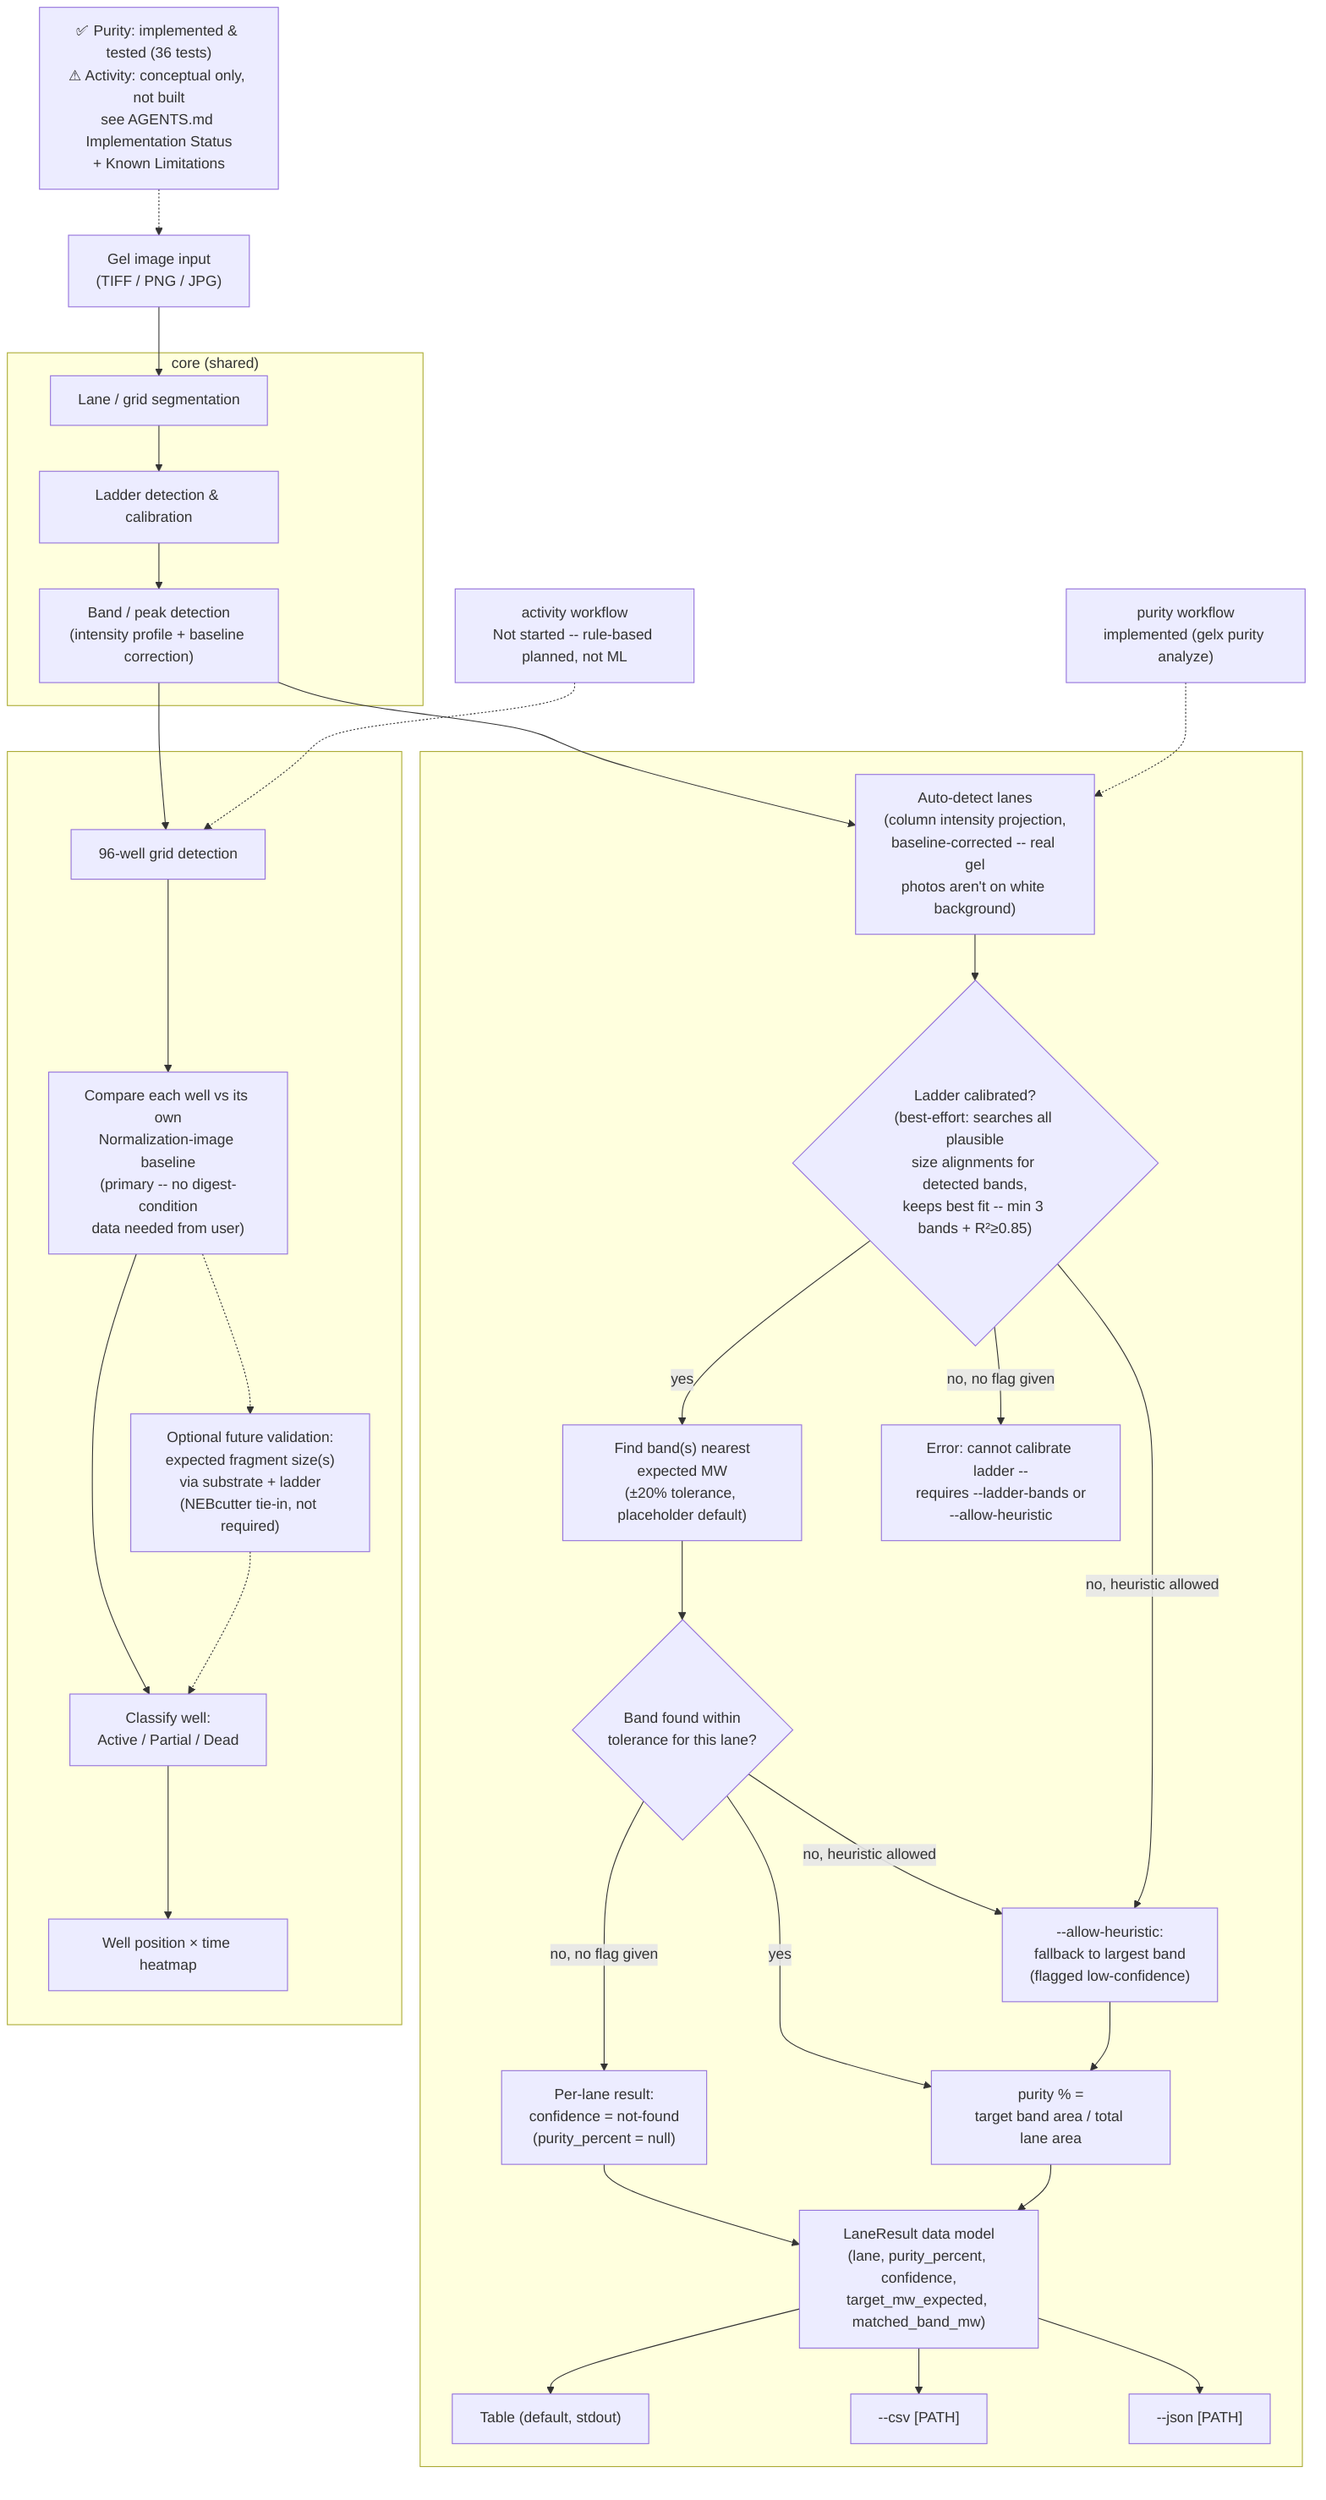
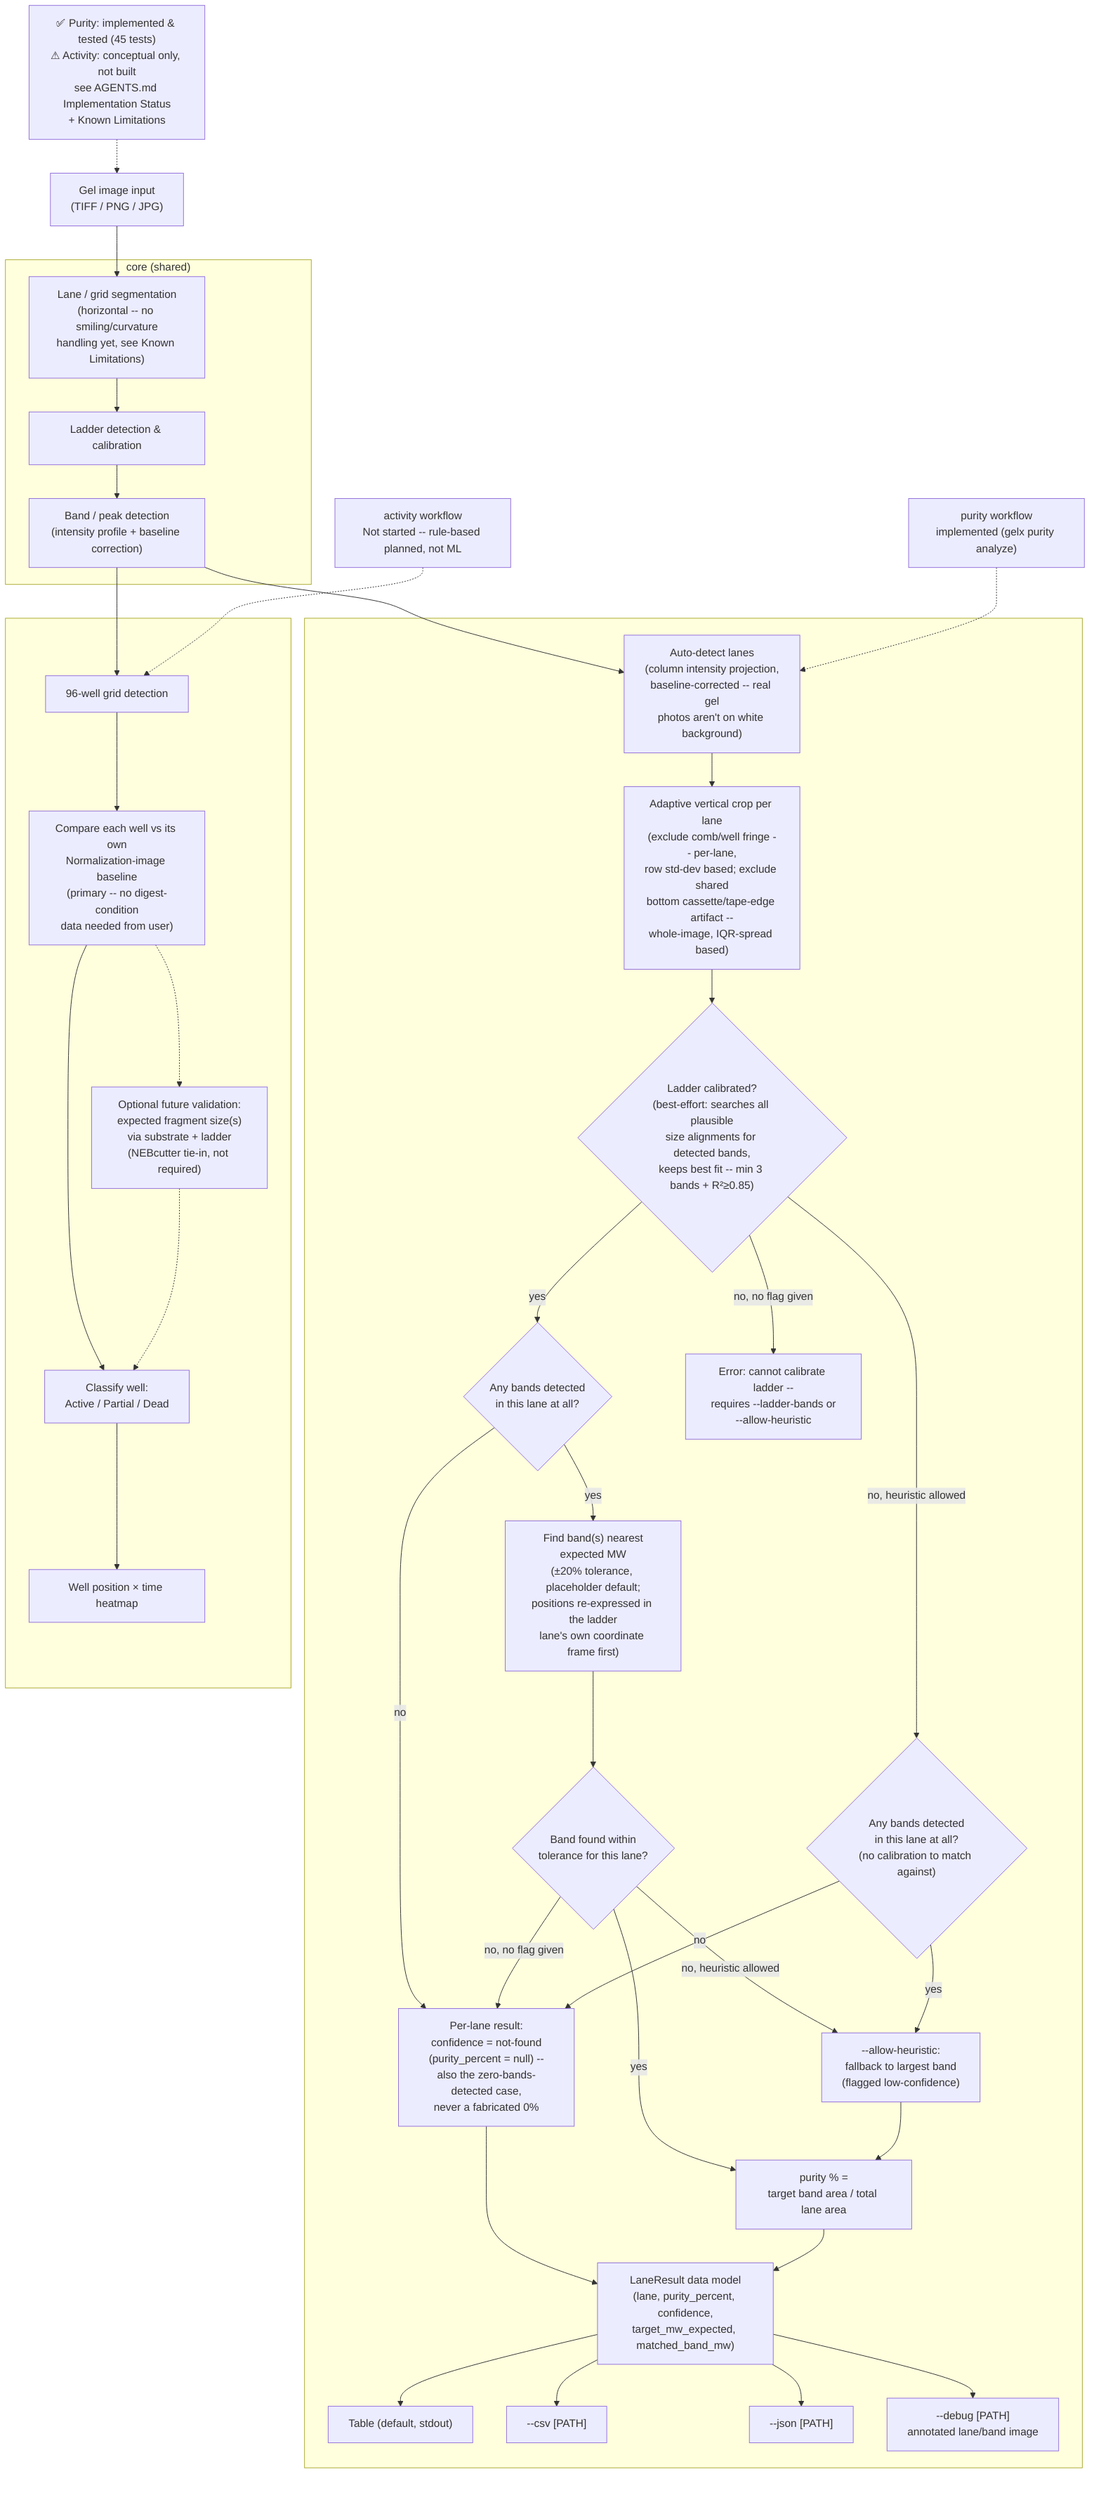
%% program-flow.mmd
%% NOTE: Reflects the purity workflow as actually implemented and tested
- %% (src/gel_extractor/, 36 tests passing) plus the activity workflow's
+ %% (src/gel_extractor/, 45 tests passing) plus the activity workflow's
%% still-conceptual design (see AGENTS.md "Design Decisions" and
%% "Implementation Status"). Not a full class/sequence diagram -- still a
%% data-flow sketch, just one grounded in working code on the purity side.

flowchart TD
-     Note["✅ Purity: implemented & tested (36 tests)<br/>⚠ Activity: conceptual only, not built<br/>see AGENTS.md Implementation Status<br/>+ Known Limitations"]
+     Note["✅ Purity: implemented & tested (45 tests)<br/>⚠ Activity: conceptual only, not built<br/>see AGENTS.md Implementation Status<br/>+ Known Limitations"]

    Input["Gel image input<br/>(TIFF / PNG / JPG)"]

    subgraph Core["core (shared)"]
-         Seg["Lane / grid segmentation"]
+         Seg["Lane / grid segmentation<br/>(horizontal -- no smiling/curvature<br/>handling yet, see Known Limitations)"]
        Ladder["Ladder detection & calibration"]
        BandDet["Band / peak detection<br/>(intensity profile + baseline correction)"]
    end

    PurityLabel["purity workflow<br/>implemented (gelx purity analyze)"]
    subgraph PurityWF[" "]
        AutoLane["Auto-detect lanes<br/>(column intensity projection,<br/>baseline-corrected -- real gel<br/>photos aren't on white background)"]
+         AdaptiveCrop["Adaptive vertical crop per lane<br/>(exclude comb/well fringe -- per-lane,<br/>row std-dev based; exclude shared<br/>bottom cassette/tape-edge artifact --<br/>whole-image, IQR-spread based)"]
        LadderCal{"Ladder calibrated?<br/>(best-effort: searches all plausible<br/>size alignments for detected bands,<br/>keeps best fit -- min 3 bands + R²≥0.85)"}
-         MWMatch["Find band(s) nearest<br/>expected MW<br/>(±20% tolerance, placeholder default)"]
+         AnyBands{"Any bands detected<br/>in this lane at all?"}
+         AnyBandsUncal{"Any bands detected<br/>in this lane at all?<br/>(no calibration to match against)"}
+         MWMatch["Find band(s) nearest<br/>expected MW<br/>(±20% tolerance, placeholder default;<br/>positions re-expressed in the ladder<br/>lane's own coordinate frame first)"]
        MatchFound{"Band found within<br/>tolerance for this lane?"}
-         NotFound["Per-lane result:<br/>confidence = not-found<br/>(purity_percent = null)"]
+         NotFound["Per-lane result:<br/>confidence = not-found<br/>(purity_percent = null) --<br/>also the zero-bands-detected case,<br/>never a fabricated 0%"]
        Heuristic["--allow-heuristic:<br/>fallback to largest band<br/>(flagged low-confidence)"]
        ErrorOut["Error: cannot calibrate ladder --<br/>requires --ladder-bands or<br/>--allow-heuristic"]
        PurityCalc["purity % =<br/>target band area / total lane area"]
        LaneResult["LaneResult data model<br/>(lane, purity_percent, confidence,<br/>target_mw_expected, matched_band_mw)"]
        TableOut["Table (default, stdout)"]
        CsvOut["--csv [PATH]"]
        JsonOut["--json [PATH]"]
+         DebugOut["--debug [PATH]<br/>annotated lane/band image"]
    end

    ActivityLabel["activity workflow<br/>Not started -- rule-based planned, not ML"]
    subgraph ActivityWF[" "]
        GridDet["96-well grid detection"]
        Baseline["Compare each well vs its own<br/>Normalization-image baseline<br/>(primary -- no digest-condition<br/>data needed from user)"]
        ExpectedFrag["Optional future validation:<br/>expected fragment size(s)<br/>via substrate + ladder<br/>(NEBcutter tie-in, not required)"]
        Classify["Classify well:<br/>Active / Partial / Dead"]
        Heatmap["Well position × time heatmap"]
    end

    Note -.-> Input
    Input --> Seg --> Ladder --> BandDet

    BandDet --> AutoLane
    BandDet --> GridDet
    PurityLabel -.-> AutoLane
    ActivityLabel -.-> GridDet
-     AutoLane --> LadderCal
-     LadderCal -- yes --> MWMatch --> MatchFound
+     AutoLane --> AdaptiveCrop --> LadderCal
+     LadderCal -- yes --> AnyBands
+     AnyBands -- no --> NotFound
+     AnyBands -- yes --> MWMatch --> MatchFound
    MatchFound -- yes --> PurityCalc
    MatchFound -- "no, heuristic allowed" --> Heuristic --> PurityCalc
    MatchFound -- "no, no flag given" --> NotFound --> LaneResult
-     LadderCal -- "no, heuristic allowed" --> Heuristic
+     LadderCal -- "no, heuristic allowed" --> AnyBandsUncal
+     AnyBandsUncal -- no --> NotFound
+     AnyBandsUncal -- yes --> Heuristic
    LadderCal -- "no, no flag given" --> ErrorOut
    PurityCalc --> LaneResult
    LaneResult --> TableOut
    LaneResult --> CsvOut
    LaneResult --> JsonOut
+     LaneResult --> DebugOut
    GridDet --> Baseline --> Classify --> Heatmap
    Baseline -.-> ExpectedFrag -.-> Classify
